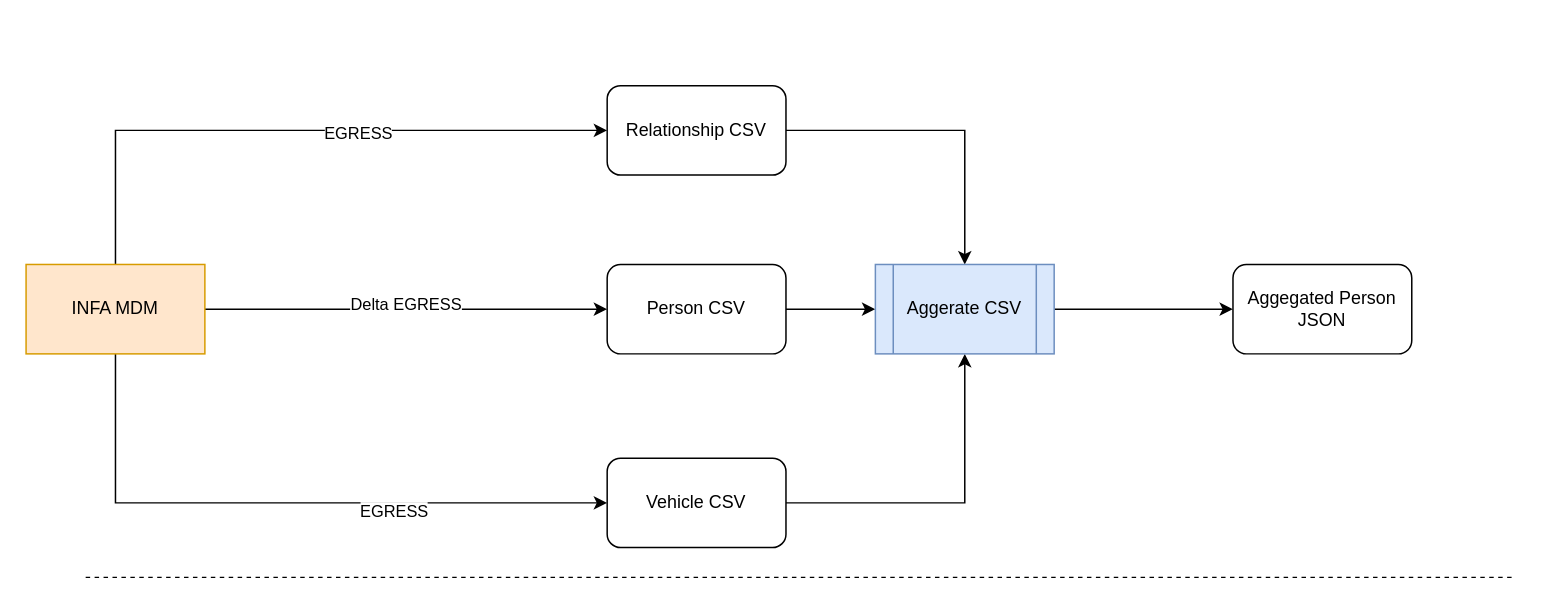
Earlier version of the draw.io diagram page "Page-3" (3 of 18) of TME-Misc_Design.drawio (biswarup81/drawings). Source tidied: cells renumbered, new cells numbered last; positions are measured from the earlier drawing's top-left corner, leaving out a move shared by most shapes. Both pictures are drawn from the tidied source at 149%, with x=0, y=0 at pixel (25, 85).
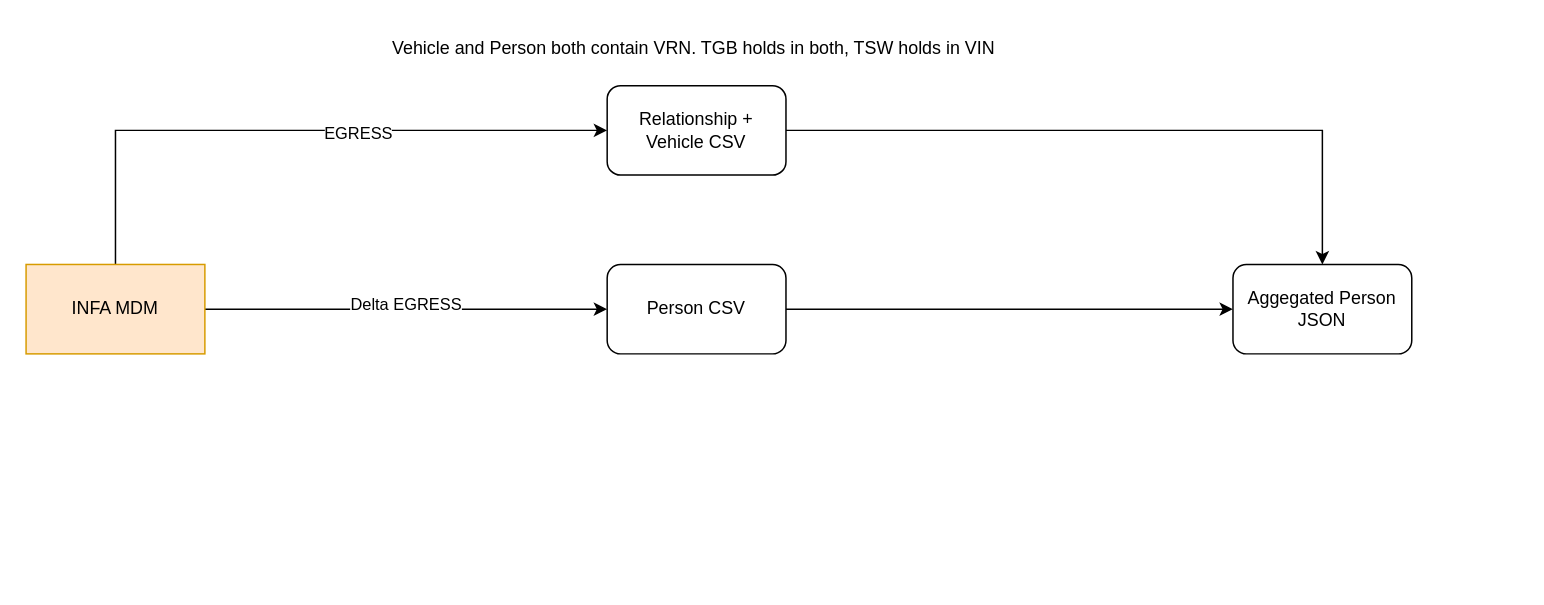
After the change.

The change refers to these unchanged cells:
```xml
<mxCell id="3" value="Person CSV" style="rounded=1;whiteSpace=wrap;html=1;" parent="1" vertex="1">
  <mxGeometry x="390" y="120" width="120" height="60" as="geometry" />
</mxCell>
<mxCell id="10" value="INFA MDM" style="rounded=0;whiteSpace=wrap;html=1;fillColor=#ffe6cc;strokeColor=#d79b00;" parent="1" vertex="1">
  <mxGeometry y="120" width="120" height="60" as="geometry" />
</mxCell>
<mxCell id="17" value="Aggegated Person JSON" style="rounded=1;whiteSpace=wrap;html=1;" parent="1" vertex="1">
  <mxGeometry x="810" y="120" width="120" height="60" as="geometry" />
</mxCell>
```

Diff of the diagram source:
```diff
@@
-    <mxCell id="2" style="edgeStyle=orthogonalEdgeStyle;rounded=0;jettySize=auto;html=1;" parent="1" edge="1" source="3" target="16">
+    <mxCell id="2" style="edgeStyle=orthogonalEdgeStyle;rounded=0;jettySize=auto;html=1;" parent="1" edge="1" source="3" target="17">
       <mxGeometry relative="1" as="geometry" />
     </mxCell>
@@
-    <mxCell id="6" style="edgeStyle=orthogonalEdgeStyle;rounded=0;jettySize=auto;html=1;entryX=0;entryY=0.5;entryDx=0;entryDy=0;" parent="1" edge="1" source="10" target="12">
-      <mxGeometry relative="1" as="geometry">
-        <Array as="points">
-          <mxPoint x="60" y="280" />
-        </Array>
-      </mxGeometry>
-    </mxCell>
-    <mxCell id="7" value="EGRESS" style="edgeLabel;html=1;align=center;verticalAlign=middle;" parent="6" vertex="1">
-      <mxGeometry x="0.33" y="-5" relative="1" as="geometry" />
-    </mxCell>
@@
-    <mxCell id="11" style="edgeStyle=orthogonalEdgeStyle;rounded=0;jettySize=auto;html=1;entryX=0.5;entryY=1;entryDx=0;entryDy=0;" parent="1" edge="1" source="12" target="16">
-      <mxGeometry relative="1" as="geometry" />
-    </mxCell>
-    <mxCell id="12" value="Vehicle CSV" style="rounded=1;whiteSpace=wrap;html=1;" parent="1" vertex="1">
-      <mxGeometry x="390" y="250" width="120" height="60" as="geometry" />
-    </mxCell>
-    <mxCell id="13" style="edgeStyle=orthogonalEdgeStyle;rounded=0;jettySize=auto;html=1;" parent="1" edge="1" source="14" target="16">
+    <mxCell id="13" style="edgeStyle=orthogonalEdgeStyle;rounded=0;jettySize=auto;html=1;" parent="1" edge="1" source="14" target="17">
       <mxGeometry relative="1" as="geometry" />
     </mxCell>
-    <mxCell id="14" value="Relationship CSV" style="rounded=1;whiteSpace=wrap;html=1;" parent="1" vertex="1">
+    <mxCell id="14" value="Relationship + Vehicle CSV" style="rounded=1;whiteSpace=wrap;html=1;" parent="1" vertex="1">
       <mxGeometry x="390" width="120" height="60" as="geometry" />
     </mxCell>
-    <mxCell id="15" style="edgeStyle=orthogonalEdgeStyle;rounded=0;jettySize=auto;html=1;" parent="1" edge="1" source="16" target="17">
-      <mxGeometry relative="1" as="geometry" />
-    </mxCell>
-    <mxCell id="16" value="Aggerate CSV" style="shape=process;whiteSpace=wrap;html=1;backgroundOutline=1;fillColor=#dae8fc;strokeColor=#6c8ebf;" parent="1" vertex="1">
-      <mxGeometry x="570" y="120" width="120" height="60" as="geometry" />
-    </mxCell>
@@
-    <mxCell id="18" style="endArrow=none;dashed=1;html=1;rounded=0;" parent="1" edge="1">
-      <mxGeometry relative="1" as="geometry">
-        <mxPoint x="40" y="330" as="sourcePoint" />
-        <mxPoint x="1000" y="330" as="targetPoint" />
-      </mxGeometry>
-    </mxCell>
+    <mxCell id="19" value="Vehicle and Person both contain VRN. TGB holds in both, TSW holds in VIN&amp;nbsp;" style="text;html=1;align=center;verticalAlign=middle;whiteSpace=wrap;rounded=0;" parent="1" vertex="1">
+      <mxGeometry x="130" y="-40" width="640" height="30" as="geometry" />
+    </mxCell>
```
